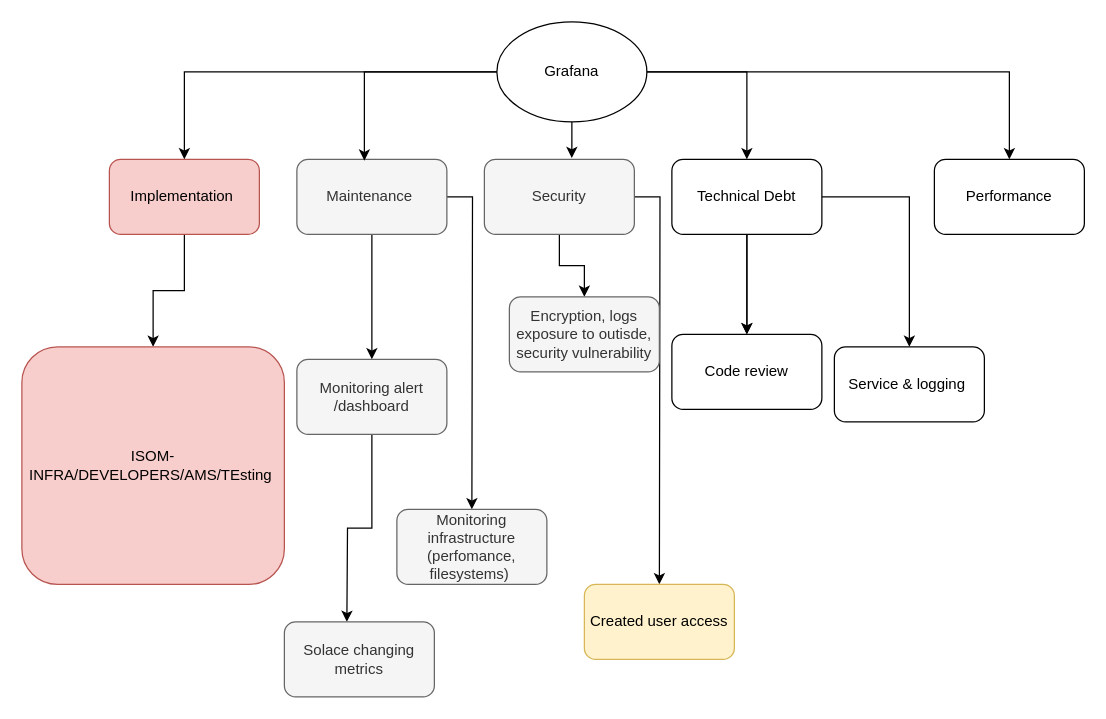
This is grafana.drawio from chkamal2006/FlowChart, a draw.io file, before an edit. Source tidied: cells renumbered, new cells numbered last; positions are measured from the earlier drawing's top-left corner, leaving out a move shared by most shapes. Both pictures are drawn from the tidied source at 125%, with x=0, y=0 at pixel (21, 21).
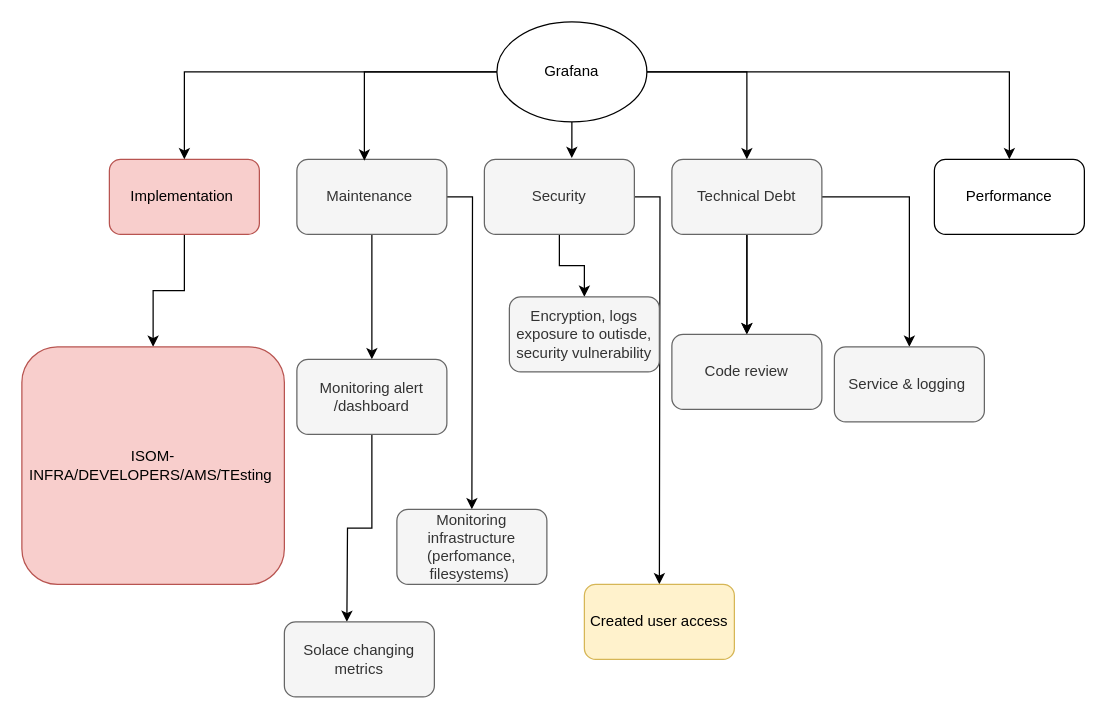
After the change.

What changed in the source:
```diff
@@
-    <mxCell id="13" value="Technical Debt" style="rounded=1;whiteSpace=wrap;html=1;" parent="1" vertex="1">
+    <mxCell id="13" value="Technical Debt" style="rounded=1;whiteSpace=wrap;html=1;fillColor=#f5f5f5;fontColor=#333333;strokeColor=#666666;" parent="1" vertex="1">
       <mxGeometry x="520" y="110" width="120" height="60" as="geometry" />
     </mxCell>
@@
-    <mxCell id="16" value="Code review" style="whiteSpace=wrap;html=1;rounded=1;" parent="1" vertex="1">
+    <mxCell id="16" value="Code review" style="whiteSpace=wrap;html=1;rounded=1;fillColor=#f5f5f5;fontColor=#333333;strokeColor=#666666;" parent="1" vertex="1">
       <mxGeometry x="520" y="250" width="120" height="60" as="geometry" />
     </mxCell>
-    <mxCell id="17" value="Service &amp;amp; logging&amp;nbsp;" style="whiteSpace=wrap;html=1;rounded=1;" parent="1" vertex="1">
+    <mxCell id="17" value="Service &amp;amp; logging&amp;nbsp;" style="whiteSpace=wrap;html=1;rounded=1;fillColor=#f5f5f5;fontColor=#333333;strokeColor=#666666;" parent="1" vertex="1">
       <mxGeometry x="650" y="260" width="120" height="60" as="geometry" />
     </mxCell>
```
